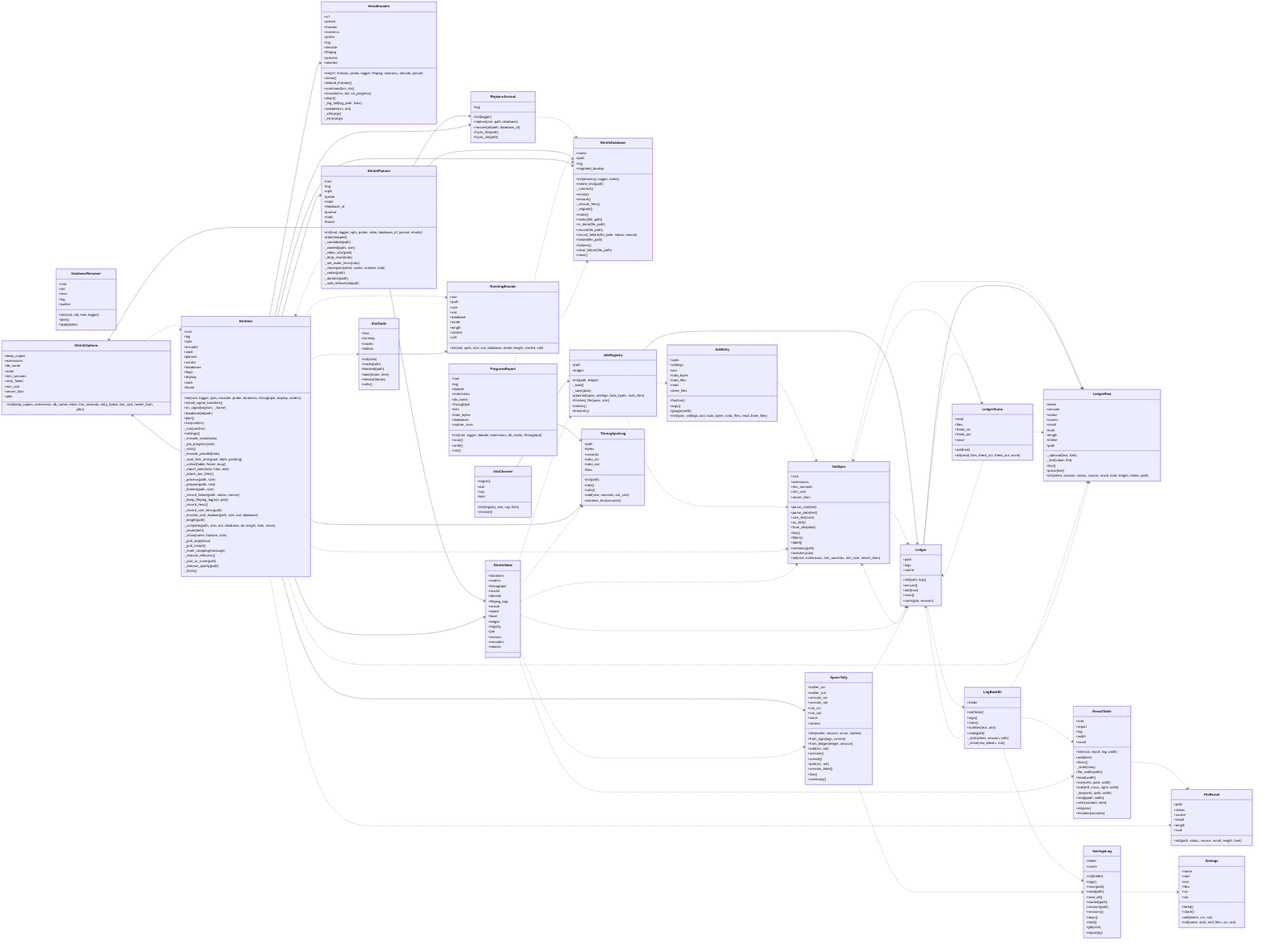
Earlier version of the Mermaid export docs/img/uml_shrink.png (peddanet/mediatools). Its source is kept beside it as docs/img/uml_shrink.mmd. Source of this version:
```mermaid
classDiagram
  direction LR
  class ShrinkDatabase {
    +name
    +path
    +log
    +migrated_backup
    +init(directory, logger, name)
    +mtime_text(path)
    -_connect()
    +exists()
    +ensure()
    -_ensure_files()
    -_migrate()
    +index()
    +status(file_path)
    +is_done(file_path)
    +record(file_path)
    +record_failure(file_path, status, reason)
    +failure(file_path)
    +failures()
    +clear_failure(file_path)
    +rows()
  }
  class DatabaseRenamer {
    +root
    +old
    +new
    +log
    +walker
    +init(root, old, new, logger)
    +plan()
    +apply(plan)
  }
  class HevcEncoder {
    +crf
    +preset
    +threads
    +niceness
    +probe
    +log
    +decode
    +ffmpeg
    +process
    +aborted
    +init(crf, threads, probe, logger, ffmpeg, niceness, decode, preset)
    +clone()
    +default_threads()
    +command(src, dst)
    +encode(src, dst, on_progress)
    +abort()
    -_log_tail(log_path, lines)
    +validate(src, dst)
    -_info(args)
    -_error(args)
  }
  class FileResult {
    +path
    +status
    +source
    +result
    +length
    +took
    +init(path, status, source, result, length, took)
  }
  class JobChooser {
    +registry
    +ask
    +say
    +limit
    +init(registry, ask, say, limit)
    +choose()
  }
  class JobEntry {
    +spec
    +settings
    +last
    +todo_bytes
    +todo_files
    +read
    +done_files
    +fraction()
    +argv()
    +gauge(width)
    +init(spec, settings, last, todo_bytes, todo_files, read, done_files)
  }
  class JobRegistry {
    +path
    +ledger
    +init(path, ledger)
    -_load()
    -_save(data)
    +planned(spec, settings, todo_bytes, todo_files)
    +finished_file(spec, size)
    +entries()
    +line(entry)
  }
  class JobSpec {
    +root
    +extensions
    +min_seconds
    +min_size
    +newer_than
    +parse_size(text)
    +parse_date(text)
    +size_text(size)
    +as_dict()
    +from_dict(data)
    +key()
    +filters()
    +label()
    +contains(path)
    +matches(row)
    +init(root, extensions, min_seconds, min_size, newer_than)
  }
  class ReplaceJournal {
    +log
    +init(logger)
    +replace(out, path, database)
    +recover(dirpath, database_of)
    +fsync_file(path)
    +fsync_dir(path)
  }
  class Ledger {
    +path
    +logs
    +cache
    +init(path, logs)
    +ensure()
    +add(row)
    +rows()
    +sums(job, session)
  }
  class LedgerSums {
    +read
    +files
    +freed_src
    +freed_out
    +since
    +add(row)
    +init(read, files, freed_src, freed_out, since)
  }
  class LedgerRow {
    +when
    +session
    +status
    +source
    +result
    +took
    +length
    +mtime
    +path
    -_optional(text, kind)
    -_text(value, fmt)
    +line()
    +parse(line)
    +init(when, session, status, source, result, took, length, mtime, path)
  }
  class LogBackfill {
    +folder
    +init(folder)
    +logs()
    +rows()
    +number(text, unit)
    +read(path)
    -_start(when, session, cells)
    -_close(row, pieces, root)
  }
  class ShrinkOptions {
    +keep_copies
    +extensions
    +db_name
    +order
    +min_seconds
    +retry_failed
    +min_size
    +newer_than
    +jobs
    +init(keep_copies, extensions, db_name, order, min_seconds, retry_failed, min_size, newer_than, jobs)
  }
  class ShrinkPlanner {
    +root
    +log
    +opts
    +probe
    +state
    +database_of
    +journal
    +stats
    +found
    +init(root, logger, opts, probe, state, database_of, journal, results)
    +plan(stopped)
    -_candidate(path)
    -_wanted(path, size)
    -_video_size(path)
    -_drop_short(todo)
    -_set_aside_hevc(todo)
    -_checkpoint(what, cache, number, total)
    -_codec(path)
    -_duration(path)
    -_note_leftover(dirpath)
  }
  class ProgressReport {
    +root
    +log
    +datadir
    +extensions
    +db_name
    +throughput
    +lists
    +todo_bytes
    +databases
    +orphan_rows
    +init(root, logger, datadir, extensions, db_name, throughput)
    +scan()
    +write()
    +run()
  }
  class ResultTable {
    +root
    +report
    +log
    +width
    +count
    +init(root, report, log, width)
    +add(item)
    +finish()
    -_write(lines)
    +file_width(width)
    +head(width)
    +row(cells, path, width)
    +rule(left, cross, right, width)
    -_line(cells, path, width)
    +wrap(path, width)
    +cells(number, item)
    +mb(size)
    +minutes(seconds)
  }
  class Savings {
    +name
    +start
    +end
    +files
    +src
    +out
    +freed()
    +share()
    +add(when, src, out)
    +init(name, start, end, files, src, out)
  }
  class SavingsLog {
    +folder
    +cache
    +init(folder)
    +logs()
    +rows(path)
    +read(path)
    +read_all()
    +started(path)
    +session(path)
    +sessions()
    +days()
    +total()
    +gib(size)
    +report(by)
  }
  class Shrinker {
    +root
    +log
    +opts
    +encoder
    +state
    +planner
    +control
    +databases
    +flags
    +display
    +stats
    +found
    +init(root, logger, opts, encoder, probe, durations, throughput, display, codecs)
    +install_signal_handlers()
    +on_signal(signum, _frame)
    +database(dirpath)
    +plan()
    +run(confirm)
    -_run(confirm)
    +settings()
    -_encode_serial(todo)
    -_job_progress(size)
    -_slots()
    -_encode_parallel(todo)
    -_start_free_slots(pool, table, pending)
    -_collect(table, future, busy)
    -_report_plan(todo, total, rate)
    -_attach_bar_filter()
    -_process(path, size)
    -_prepare(path, size)
    -_broken(path, size)
    -_record_failure(path, status, reason)
    -_keep_ffmpeg_log(out, path)
    -_record_hevc()
    -_record_one_hevc(path)
    -_encode_and_replace(path, size, out, database)
    -_length(path)
    -_complete(path, size, out, database, ok, length, took, share)
    -_result(item)
    -_show(name, fraction, size)
    -_poll_stop(force)
    -_poll_restart()
    -_mark_stopping(message)
    -_remove_leftovers()
    -_size_or_none(path)
    -_remove_quietly(path)
    -_finish()
  }
  class ShrinkState {
    +durations
    +codecs
    +throughput
    +results
    +decode
    +ffmpeg_logs
    +restart
    +space
    +base
    +ledger
    +registry
    +job
    +session
    +encoders
    +mtimes
  }
  class RunningEncode {
    +slot
    +path
    +size
    +out
    +database
    +inode
    +length
    +started
    +cell
    +init(slot, path, size, out, database, inode, length, started, cell)
  }
  class SlotTable {
    +free
    +running
    +inodes
    +folders
    +init(slots)
    +inode(path)
    +blocked(path)
    +take(future, item)
    +release(future)
    +cells()
  }
  class SpaceTally {
    +earlier_src
    +earlier_out
    +session_src
    +session_out
    +run_src
    +run_out
    +since
    +started
    +init(earlier, session, since, started)
    +from_logs(logs, current)
    +from_ledger(ledger, session)
    +add(src, out)
    +session()
    +overall()
    +part(src, out)
    +session_label()
    +line()
    +summary()
  }
  class ThroughputLog {
    +path
    +bytes
    +seconds
    +ratio_src
    +ratio_out
    +files
    +init(path)
    +rate()
    +ratio()
    +add(size, seconds, out_size)
    +duration_text(seconds)
  }
  JobChooser --> JobRegistry
  JobEntry ..> JobSpec
  JobRegistry ..> JobEntry
  JobRegistry ..> JobSpec
  JobRegistry --> Ledger
  JobSpec ..> Ledger
  JobSpec ..> LedgerRow
  ReplaceJournal ..> ShrinkDatabase
  Ledger ..> JobSpec
  Ledger --> LedgerRow
  Ledger ..> LedgerSums
  Ledger ..> LogBackfill
  LedgerSums ..> JobSpec
  LedgerSums ..> Ledger
  LedgerSums ..> LedgerRow
  LogBackfill ..> Ledger
  LogBackfill ..> LedgerRow
  LogBackfill ..> ResultTable
  LogBackfill ..> SavingsLog
  ShrinkOptions ..> Shrinker
  ShrinkPlanner --> ReplaceJournal
  ShrinkPlanner --> ShrinkDatabase
  ShrinkPlanner --> ShrinkOptions
  ShrinkPlanner --> ShrinkState
  ShrinkPlanner ..> Shrinker
  ProgressReport ..> ShrinkDatabase
  ProgressReport --> ThroughputLog
  ResultTable ..> FileResult
  SavingsLog ..> Savings
  Shrinker ..> FileResult
  Shrinker --> HevcEncoder
  Shrinker ..> JobSpec
  Shrinker ..> LedgerRow
  Shrinker --> ReplaceJournal
  Shrinker ..> RunningEncode
  Shrinker --> ShrinkDatabase
  Shrinker --> ShrinkOptions
  Shrinker --> ShrinkPlanner
  Shrinker --> ShrinkState
  Shrinker ..> SlotTable
  Shrinker --> SpaceTally
  Shrinker --> ThroughputLog
  ShrinkState ..> JobRegistry
  ShrinkState ..> JobSpec
  ShrinkState ..> Ledger
  ShrinkState ..> ResultTable
  ShrinkState ..> SpaceTally
  ShrinkState ..> ThroughputLog
  RunningEncode ..> ShrinkDatabase
  SlotTable --> RunningEncode
  SpaceTally ..> Ledger
  SpaceTally ..> SavingsLog
```
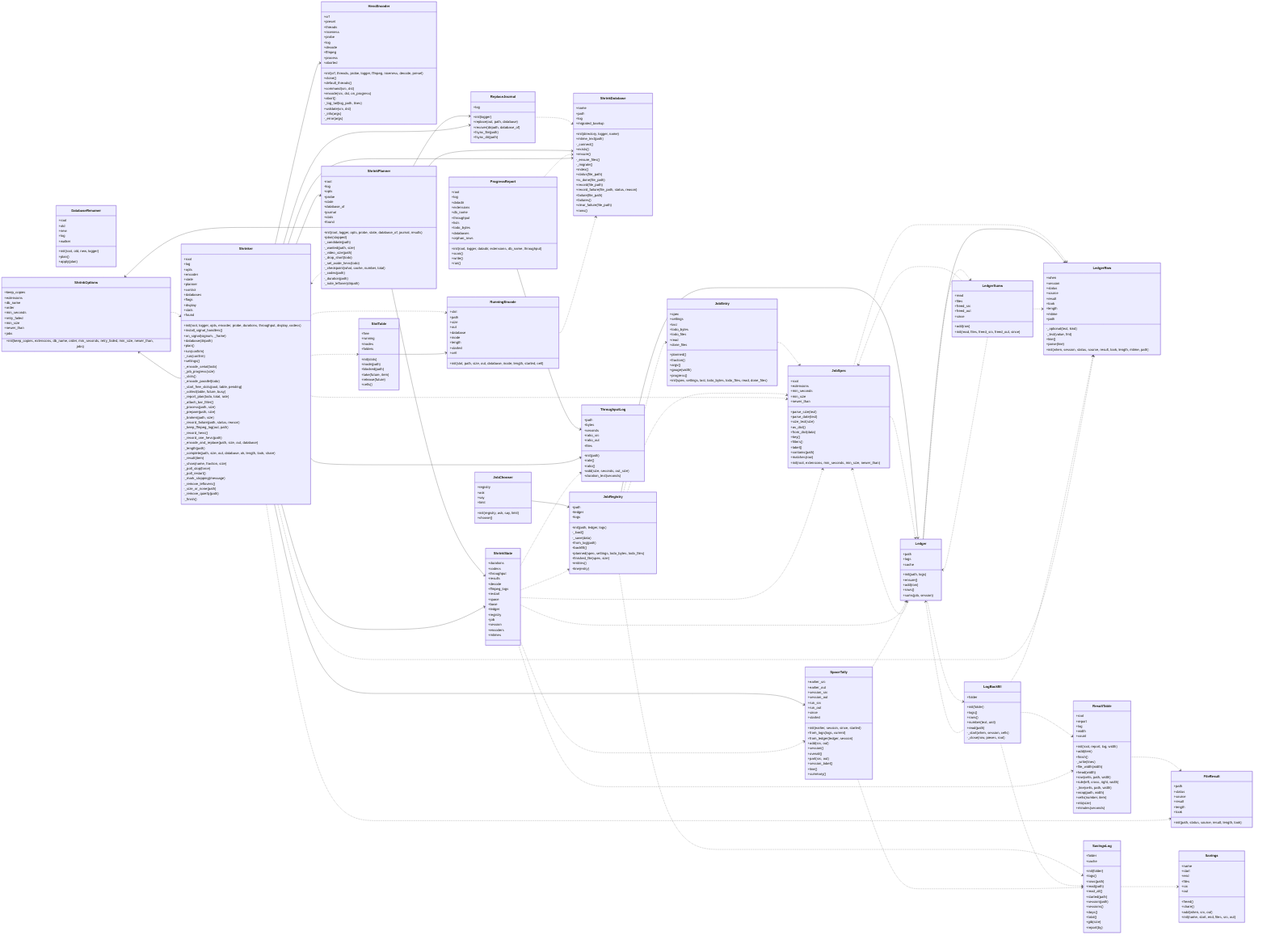
After the commit.

Diff of the diagram source:
```diff
@@ -36,6 +36,7 @@
     +crf
     +preset
     +threads
+    +threads_given
     +niceness
     +probe
     +log
@@ -79,17 +80,22 @@
     +todo_files
     +read
     +done_files
+    +planned()
     +fraction()
     +argv()
     +gauge(width)
+    +progress()
     +init(spec, settings, last, todo_bytes, todo_files, read, done_files)
   }
   class JobRegistry {
     +path
     +ledger
-    +init(path, ledger)
+    +logs
+    +init(path, ledger, logs)
     -_load()
     -_save(data)
+    +from_log(path)
+    +backfill()
     +planned(spec, settings, todo_bytes, todo_files)
     +finished_file(spec, size)
     +entries()
@@ -392,6 +398,7 @@
   JobRegistry ..> JobEntry
   JobRegistry ..> JobSpec
   JobRegistry --> Ledger
+  JobRegistry ..> SavingsLog
   JobSpec ..> Ledger
   JobSpec ..> LedgerRow
   ReplaceJournal ..> ShrinkDatabase
```
